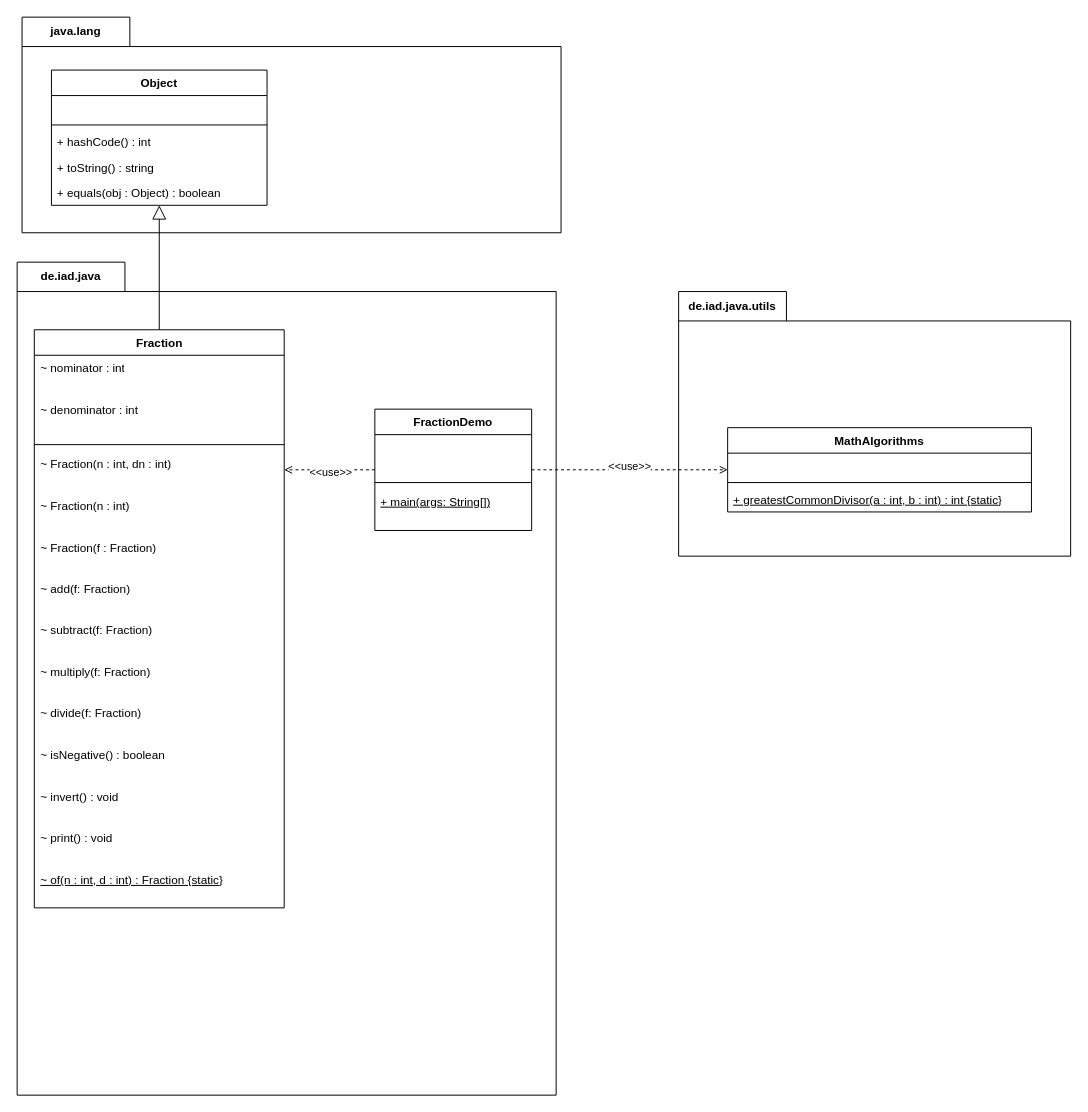
This is unterlagen/018-UML-Diagramme.drawio from KSchenker/java-fundamentals-october-2024, a draw.io file, before an edit. Source tidied: cells renumbered, new cells numbered last; positions are measured from the earlier drawing's top-left corner, leaving out a move shared by most shapes. Both pictures are drawn from the tidied source at 98%, with x=0, y=0 at pixel (17, 17).
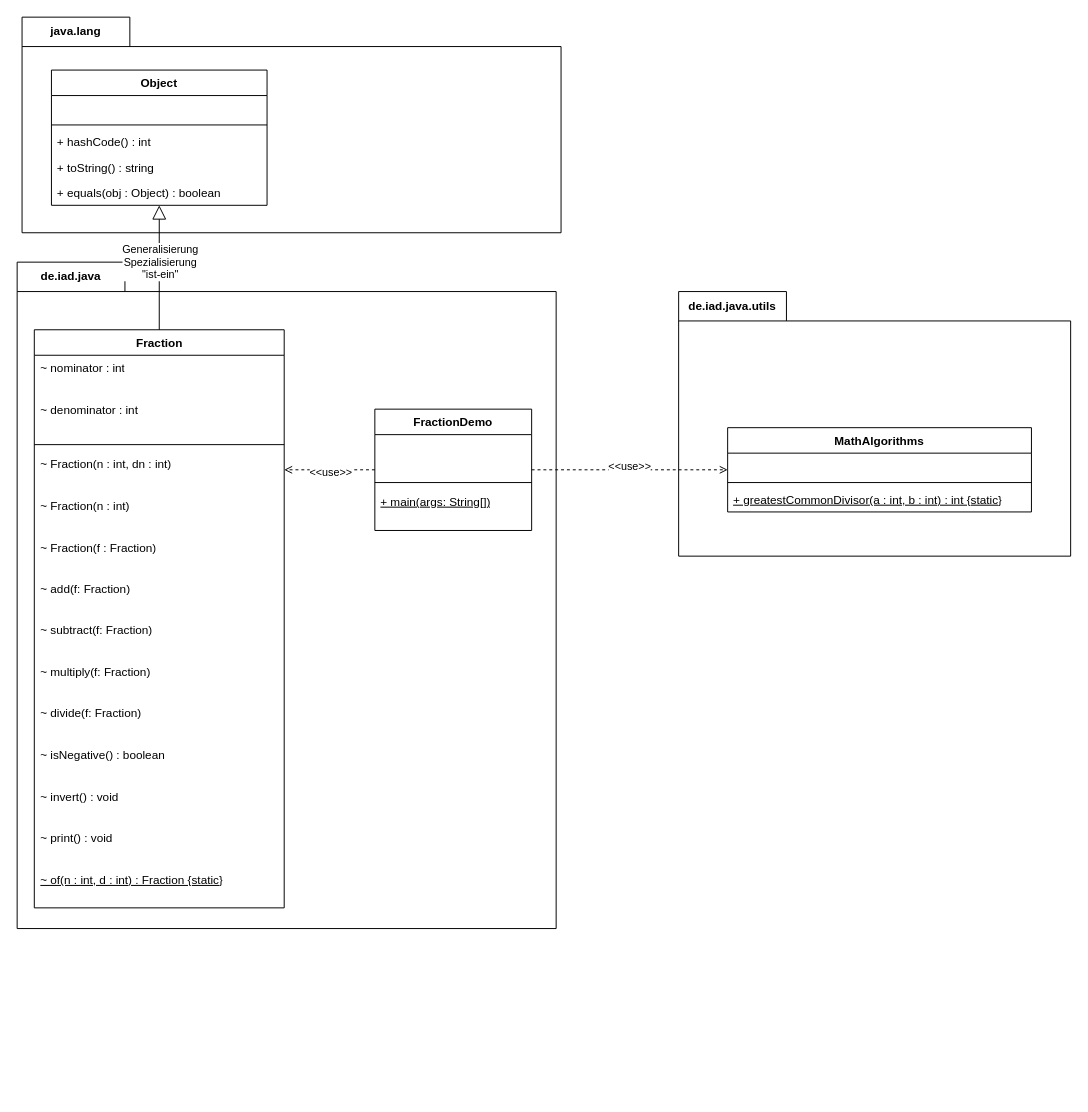
Above is the later version.

The change refers to these unchanged cells:
```xml
<mxCell id="39" style="endArrow=block;html=1;rounded=0;endFill=0;endSize=12;" parent="1" edge="1" source="9" target="33">
  <mxGeometry relative="1" as="geometry" />
</mxCell>
```

The edit, as a diff of the source:
```diff
@@
     <mxCell id="8" value="de.iad.java" style="shape=folder;fontStyle=1;tabWidth=110;tabHeight=30;tabPosition=left;html=1;boundedLbl=1;labelInHeader=1;whiteSpace=wrap;" parent="1" vertex="1">
-      <mxGeometry y="250" width="550" height="850" as="geometry" />
+      <mxGeometry y="250" width="550" height="680" as="geometry" />
     </mxCell>
@@
+    <mxCell id="40" value="Generalisierung&lt;div&gt;Spezialisierung&lt;/div&gt;&lt;div&gt;&quot;ist-ein&quot;&lt;/div&gt;" style="edgeLabel;html=1;align=center;verticalAlign=middle;" parent="39" vertex="1">
+      <mxGeometry x="0.1" relative="1" as="geometry" />
+    </mxCell>
```
